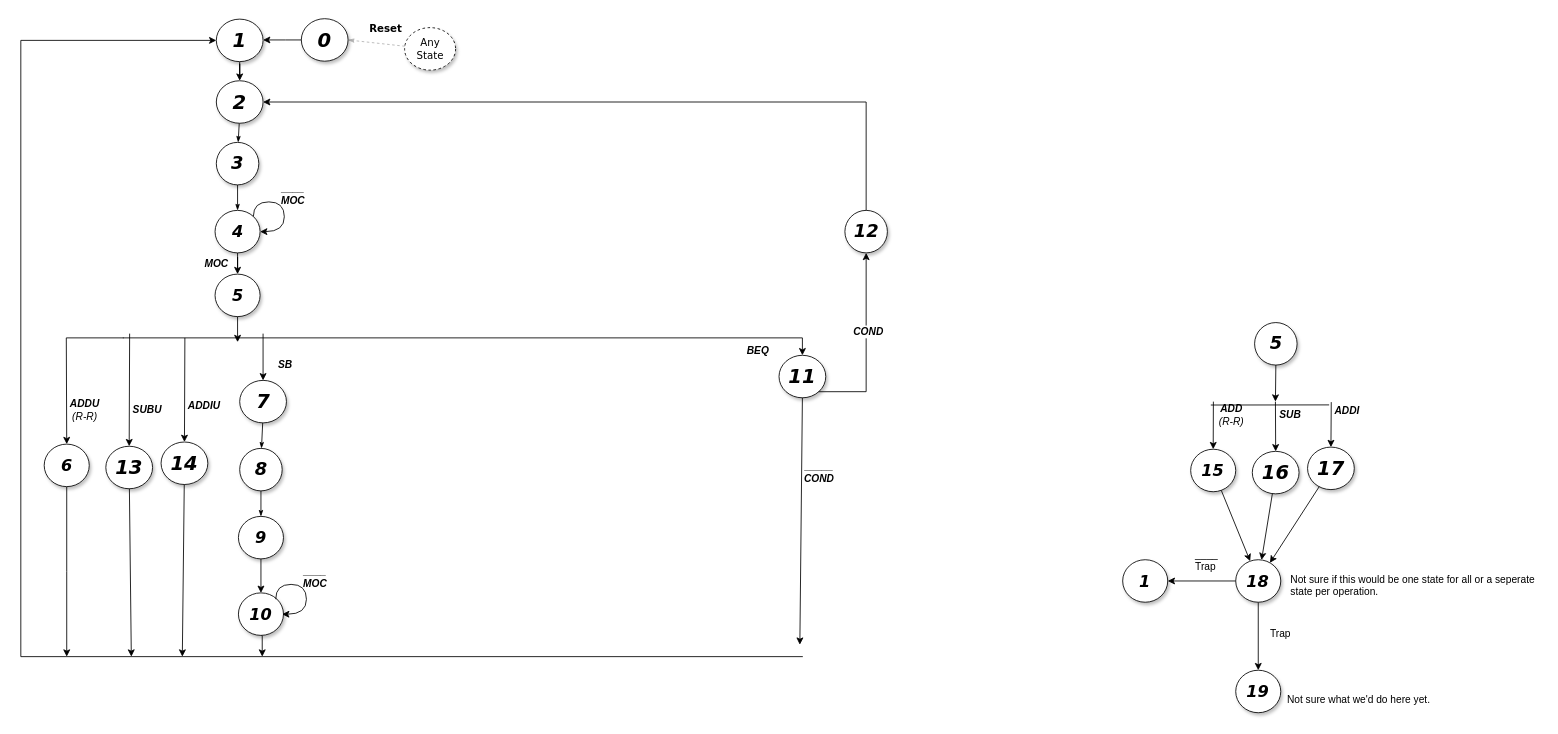
Before: CPU_State_Diag.drawio in TheParodicts/MIPS_CPU_Diagram, a draw.io diagram. Source tidied: cells renumbered, new cells numbered last; positions are measured from the earlier drawing's top-left corner, leaving out a move shared by most shapes. Both pictures are drawn from the tidied source at 85%, with x=0, y=0 at pixel (20, 19).
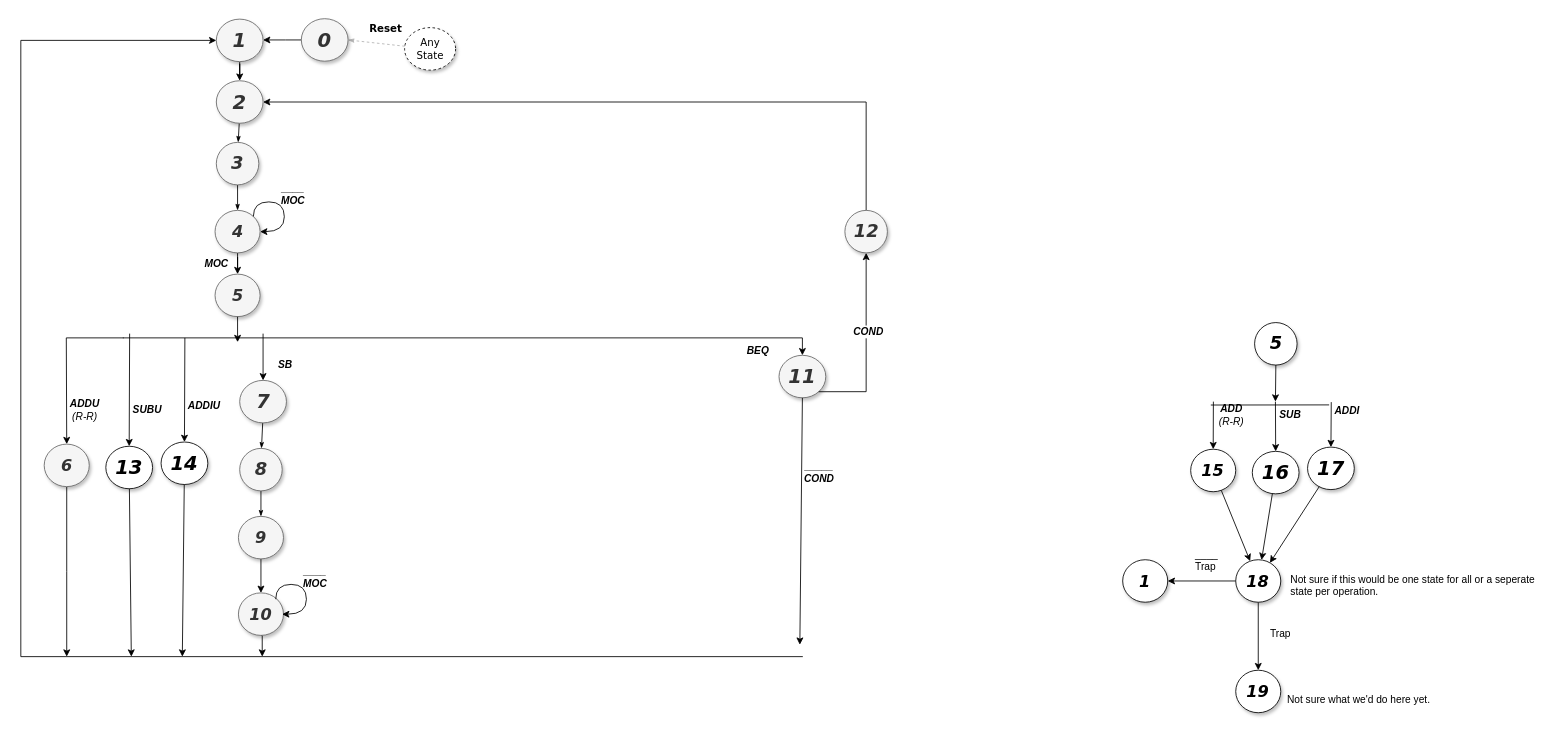
The same page after the edit.

Commit message:
Painted core nodes gray to preven confusion with new states.

Change to the diagram source:
```diff
@@
-    <mxCell id="5" value="&lt;b&gt;&lt;i&gt;&lt;font style=&quot;font-size: 23px&quot;&gt;2&lt;/font&gt;&lt;/i&gt;&lt;/b&gt;" style="ellipse;whiteSpace=wrap;html=1;rounded=0;shadow=1;comic=0;labelBackgroundColor=none;strokeColor=#000000;strokeWidth=1;fillColor=#FFFFFF;fontFamily=Verdana;fontSize=12;fontColor=#000000;align=center;" parent="1" vertex="1">
+    <mxCell id="5" value="&lt;b&gt;&lt;i&gt;&lt;font style=&quot;font-size: 23px&quot;&gt;2&lt;/font&gt;&lt;/i&gt;&lt;/b&gt;" style="ellipse;whiteSpace=wrap;html=1;rounded=0;shadow=1;comic=0;labelBackgroundColor=none;strokeColor=#666666;strokeWidth=1;fillColor=#f5f5f5;fontFamily=Verdana;fontSize=12;fontColor=#333333;align=center;" parent="1" vertex="1">
       <mxGeometry x="230" y="72.5" width="55" height="50" as="geometry" />
     </mxCell>
@@
-    <mxCell id="7" value="&lt;b&gt;&lt;i&gt;&lt;font style=&quot;font-size: 23px&quot;&gt;0&lt;/font&gt;&lt;/i&gt;&lt;/b&gt;" style="ellipse;whiteSpace=wrap;html=1;rounded=0;shadow=1;comic=0;labelBackgroundColor=none;strokeColor=#000000;strokeWidth=1;fillColor=#FFFFFF;fontFamily=Verdana;fontSize=12;fontColor=#000000;align=center;" parent="1" vertex="1">
+    <mxCell id="7" value="&lt;b&gt;&lt;i&gt;&lt;font style=&quot;font-size: 23px&quot;&gt;0&lt;/font&gt;&lt;/i&gt;&lt;/b&gt;" style="ellipse;whiteSpace=wrap;html=1;rounded=0;shadow=1;comic=0;labelBackgroundColor=none;strokeColor=#666666;strokeWidth=1;fillColor=#f5f5f5;fontFamily=Verdana;fontSize=12;fontColor=#333333;align=center;" parent="1" vertex="1">
       <mxGeometry x="330" y="-0.5" width="55" height="50" as="geometry" />
     </mxCell>
@@
-    <mxCell id="9" value="&lt;b&gt;&lt;i&gt;&lt;font style=&quot;font-size: 23px&quot;&gt;1&lt;/font&gt;&lt;/i&gt;&lt;/b&gt;" style="ellipse;whiteSpace=wrap;html=1;rounded=0;shadow=1;comic=0;labelBackgroundColor=none;strokeColor=#000000;strokeWidth=1;fillColor=#FFFFFF;fontFamily=Verdana;fontSize=12;fontColor=#000000;align=center;" parent="1" vertex="1">
+    <mxCell id="9" value="&lt;b&gt;&lt;i&gt;&lt;font style=&quot;font-size: 23px&quot;&gt;1&lt;/font&gt;&lt;/i&gt;&lt;/b&gt;" style="ellipse;whiteSpace=wrap;html=1;rounded=0;shadow=1;comic=0;labelBackgroundColor=none;strokeColor=#666666;strokeWidth=1;fillColor=#f5f5f5;fontFamily=Verdana;fontSize=12;fontColor=#333333;align=center;" parent="1" vertex="1">
       <mxGeometry x="230" width="55" height="50" as="geometry" />
     </mxCell>
@@
-    <mxCell id="11" value="&lt;span&gt;&lt;b&gt;&lt;i&gt;&lt;font style=&quot;font-size: 21px&quot;&gt;3&lt;/font&gt;&lt;/i&gt;&lt;/b&gt;&lt;/span&gt;" style="ellipse;whiteSpace=wrap;html=1;rounded=0;shadow=1;comic=0;labelBackgroundColor=none;strokeColor=#000000;strokeWidth=1;fillColor=#FFFFFF;fontFamily=Verdana;fontSize=12;fontColor=#000000;align=center;" parent="1" vertex="1">
+    <mxCell id="11" value="&lt;span&gt;&lt;b&gt;&lt;i&gt;&lt;font style=&quot;font-size: 21px&quot;&gt;3&lt;/font&gt;&lt;/i&gt;&lt;/b&gt;&lt;/span&gt;" style="ellipse;whiteSpace=wrap;html=1;rounded=0;shadow=1;comic=0;labelBackgroundColor=none;strokeColor=#666666;strokeWidth=1;fillColor=#f5f5f5;fontFamily=Verdana;fontSize=12;fontColor=#333333;align=center;" parent="1" vertex="1">
       <mxGeometry x="230" y="145" width="50" height="50" as="geometry" />
     </mxCell>
@@
-    <mxCell id="13" value="&lt;span&gt;&lt;b&gt;&lt;i&gt;&lt;font style=&quot;font-size: 19px&quot;&gt;4&lt;/font&gt;&lt;/i&gt;&lt;/b&gt;&lt;/span&gt;" style="ellipse;whiteSpace=wrap;html=1;rounded=0;shadow=1;comic=0;labelBackgroundColor=none;strokeColor=#000000;strokeWidth=1;fillColor=#FFFFFF;fontFamily=Verdana;fontSize=12;fontColor=#000000;align=center;" parent="1" vertex="1">
+    <mxCell id="13" value="&lt;span&gt;&lt;b&gt;&lt;i&gt;&lt;font style=&quot;font-size: 19px&quot;&gt;4&lt;/font&gt;&lt;/i&gt;&lt;/b&gt;&lt;/span&gt;" style="ellipse;whiteSpace=wrap;html=1;rounded=0;shadow=1;comic=0;labelBackgroundColor=none;strokeColor=#666666;strokeWidth=1;fillColor=#f5f5f5;fontFamily=Verdana;fontSize=12;fontColor=#333333;align=center;" parent="1" vertex="1">
       <mxGeometry x="228.5" y="225" width="53" height="50" as="geometry" />
     </mxCell>
-    <mxCell id="14" value="&lt;span&gt;&lt;b&gt;&lt;i&gt;&lt;font style=&quot;font-size: 19px&quot;&gt;5&lt;/font&gt;&lt;/i&gt;&lt;/b&gt;&lt;/span&gt;" style="ellipse;whiteSpace=wrap;html=1;rounded=0;shadow=1;comic=0;labelBackgroundColor=none;strokeColor=#000000;strokeWidth=1;fillColor=#FFFFFF;fontFamily=Verdana;fontSize=12;fontColor=#000000;align=center;" parent="1" vertex="1">
+    <mxCell id="14" value="&lt;span&gt;&lt;b&gt;&lt;i&gt;&lt;font style=&quot;font-size: 19px&quot;&gt;5&lt;/font&gt;&lt;/i&gt;&lt;/b&gt;&lt;/span&gt;" style="ellipse;whiteSpace=wrap;html=1;rounded=0;shadow=1;comic=0;labelBackgroundColor=none;strokeColor=#666666;strokeWidth=1;fillColor=#f5f5f5;fontFamily=Verdana;fontSize=12;fontColor=#333333;align=center;" parent="1" vertex="1">
       <mxGeometry x="228.5" y="300" width="53" height="50" as="geometry" />
     </mxCell>
@@
-    <mxCell id="19" value="&lt;span&gt;&lt;b&gt;&lt;i&gt;&lt;font style=&quot;font-size: 19px&quot;&gt;6&lt;/font&gt;&lt;/i&gt;&lt;/b&gt;&lt;/span&gt;" style="ellipse;whiteSpace=wrap;html=1;rounded=0;shadow=1;comic=0;labelBackgroundColor=none;strokeColor=#000000;strokeWidth=1;fillColor=#FFFFFF;fontFamily=Verdana;fontSize=12;fontColor=#000000;align=center;" parent="1" vertex="1">
+    <mxCell id="19" value="&lt;span&gt;&lt;b&gt;&lt;i&gt;&lt;font style=&quot;font-size: 19px&quot;&gt;6&lt;/font&gt;&lt;/i&gt;&lt;/b&gt;&lt;/span&gt;" style="ellipse;whiteSpace=wrap;html=1;rounded=0;shadow=1;comic=0;labelBackgroundColor=none;strokeColor=#666666;strokeWidth=1;fillColor=#f5f5f5;fontFamily=Verdana;fontSize=12;fontColor=#333333;align=center;" parent="1" vertex="1">
       <mxGeometry x="27.5" y="500" width="53" height="50" as="geometry" />
     </mxCell>
@@
-    <mxCell id="25" value="&lt;span style=&quot;font-size: 23px&quot;&gt;&lt;b&gt;&lt;i&gt;7&lt;/i&gt;&lt;/b&gt;&lt;/span&gt;" style="ellipse;whiteSpace=wrap;html=1;rounded=0;shadow=1;comic=0;labelBackgroundColor=none;strokeColor=#000000;strokeWidth=1;fillColor=#FFFFFF;fontFamily=Verdana;fontSize=12;fontColor=#000000;align=center;" parent="1" vertex="1">
+    <mxCell id="25" value="&lt;span style=&quot;font-size: 23px&quot;&gt;&lt;b&gt;&lt;i&gt;7&lt;/i&gt;&lt;/b&gt;&lt;/span&gt;" style="ellipse;whiteSpace=wrap;html=1;rounded=0;shadow=1;comic=0;labelBackgroundColor=none;strokeColor=#666666;strokeWidth=1;fillColor=#f5f5f5;fontFamily=Verdana;fontSize=12;fontColor=#333333;align=center;" parent="1" vertex="1">
       <mxGeometry x="257.5" y="425" width="55" height="50" as="geometry" />
     </mxCell>
@@
-    <mxCell id="27" value="&lt;span&gt;&lt;b&gt;&lt;i&gt;&lt;font style=&quot;font-size: 21px&quot;&gt;8&lt;/font&gt;&lt;/i&gt;&lt;/b&gt;&lt;/span&gt;" style="ellipse;whiteSpace=wrap;html=1;rounded=0;shadow=1;comic=0;labelBackgroundColor=none;strokeColor=#000000;strokeWidth=1;fillColor=#FFFFFF;fontFamily=Verdana;fontSize=12;fontColor=#000000;align=center;" parent="1" vertex="1">
+    <mxCell id="27" value="&lt;span&gt;&lt;b&gt;&lt;i&gt;&lt;font style=&quot;font-size: 21px&quot;&gt;8&lt;/font&gt;&lt;/i&gt;&lt;/b&gt;&lt;/span&gt;" style="ellipse;whiteSpace=wrap;html=1;rounded=0;shadow=1;comic=0;labelBackgroundColor=none;strokeColor=#666666;strokeWidth=1;fillColor=#f5f5f5;fontFamily=Verdana;fontSize=12;fontColor=#333333;align=center;" parent="1" vertex="1">
       <mxGeometry x="257.5" y="505" width="50" height="50" as="geometry" />
     </mxCell>
@@
-    <mxCell id="29" value="&lt;span&gt;&lt;b&gt;&lt;i&gt;&lt;font style=&quot;font-size: 19px&quot;&gt;9&lt;/font&gt;&lt;/i&gt;&lt;/b&gt;&lt;/span&gt;" style="ellipse;whiteSpace=wrap;html=1;rounded=0;shadow=1;comic=0;labelBackgroundColor=none;strokeColor=#000000;strokeWidth=1;fillColor=#FFFFFF;fontFamily=Verdana;fontSize=12;fontColor=#000000;align=center;" parent="1" vertex="1">
+    <mxCell id="29" value="&lt;span&gt;&lt;b&gt;&lt;i&gt;&lt;font style=&quot;font-size: 19px&quot;&gt;9&lt;/font&gt;&lt;/i&gt;&lt;/b&gt;&lt;/span&gt;" style="ellipse;whiteSpace=wrap;html=1;rounded=0;shadow=1;comic=0;labelBackgroundColor=none;strokeColor=#666666;strokeWidth=1;fillColor=#f5f5f5;fontFamily=Verdana;fontSize=12;fontColor=#333333;align=center;" parent="1" vertex="1">
       <mxGeometry x="256" y="585" width="53" height="50" as="geometry" />
     </mxCell>
@@
-    <mxCell id="31" value="&lt;span&gt;&lt;b&gt;&lt;i&gt;&lt;font style=&quot;font-size: 19px&quot;&gt;10&lt;/font&gt;&lt;/i&gt;&lt;/b&gt;&lt;/span&gt;" style="ellipse;whiteSpace=wrap;html=1;rounded=0;shadow=1;comic=0;labelBackgroundColor=none;strokeColor=#000000;strokeWidth=1;fillColor=#FFFFFF;fontFamily=Verdana;fontSize=12;fontColor=#000000;align=center;" parent="1" vertex="1">
+    <mxCell id="31" value="&lt;span&gt;&lt;b&gt;&lt;i&gt;&lt;font style=&quot;font-size: 19px&quot;&gt;10&lt;/font&gt;&lt;/i&gt;&lt;/b&gt;&lt;/span&gt;" style="ellipse;whiteSpace=wrap;html=1;rounded=0;shadow=1;comic=0;labelBackgroundColor=none;strokeColor=#666666;strokeWidth=1;fillColor=#f5f5f5;fontFamily=Verdana;fontSize=12;fontColor=#333333;align=center;" parent="1" vertex="1">
       <mxGeometry x="256" y="675" width="53" height="50" as="geometry" />
     </mxCell>
@@
-    <mxCell id="34" value="&lt;span style=&quot;font-size: 23px&quot;&gt;&lt;b&gt;&lt;i&gt;11&lt;/i&gt;&lt;/b&gt;&lt;/span&gt;" style="ellipse;whiteSpace=wrap;html=1;rounded=0;shadow=1;comic=0;labelBackgroundColor=none;strokeColor=#000000;strokeWidth=1;fillColor=#FFFFFF;fontFamily=Verdana;fontSize=12;fontColor=#000000;align=center;" parent="1" vertex="1">
+    <mxCell id="34" value="&lt;span style=&quot;font-size: 23px&quot;&gt;&lt;b&gt;&lt;i&gt;11&lt;/i&gt;&lt;/b&gt;&lt;/span&gt;" style="ellipse;whiteSpace=wrap;html=1;rounded=0;shadow=1;comic=0;labelBackgroundColor=none;strokeColor=#666666;strokeWidth=1;fillColor=#f5f5f5;fontFamily=Verdana;fontSize=12;fontColor=#333333;align=center;" parent="1" vertex="1">
       <mxGeometry x="892" y="395.5" width="55" height="50" as="geometry" />
     </mxCell>
@@
-    <mxCell id="40" value="&lt;span&gt;&lt;b&gt;&lt;i&gt;&lt;font style=&quot;font-size: 21px&quot;&gt;12&lt;/font&gt;&lt;/i&gt;&lt;/b&gt;&lt;/span&gt;" style="ellipse;whiteSpace=wrap;html=1;rounded=0;shadow=1;comic=0;labelBackgroundColor=none;strokeColor=#000000;strokeWidth=1;fillColor=#FFFFFF;fontFamily=Verdana;fontSize=12;fontColor=#000000;align=center;" parent="1" vertex="1">
+    <mxCell id="40" value="&lt;span&gt;&lt;b&gt;&lt;i&gt;&lt;font style=&quot;font-size: 21px&quot;&gt;12&lt;/font&gt;&lt;/i&gt;&lt;/b&gt;&lt;/span&gt;" style="ellipse;whiteSpace=wrap;html=1;rounded=0;shadow=1;comic=0;labelBackgroundColor=none;strokeColor=#666666;strokeWidth=1;fillColor=#f5f5f5;fontFamily=Verdana;fontSize=12;fontColor=#333333;align=center;" parent="1" vertex="1">
       <mxGeometry x="969.5" y="225" width="50" height="50" as="geometry" />
     </mxCell>
```
